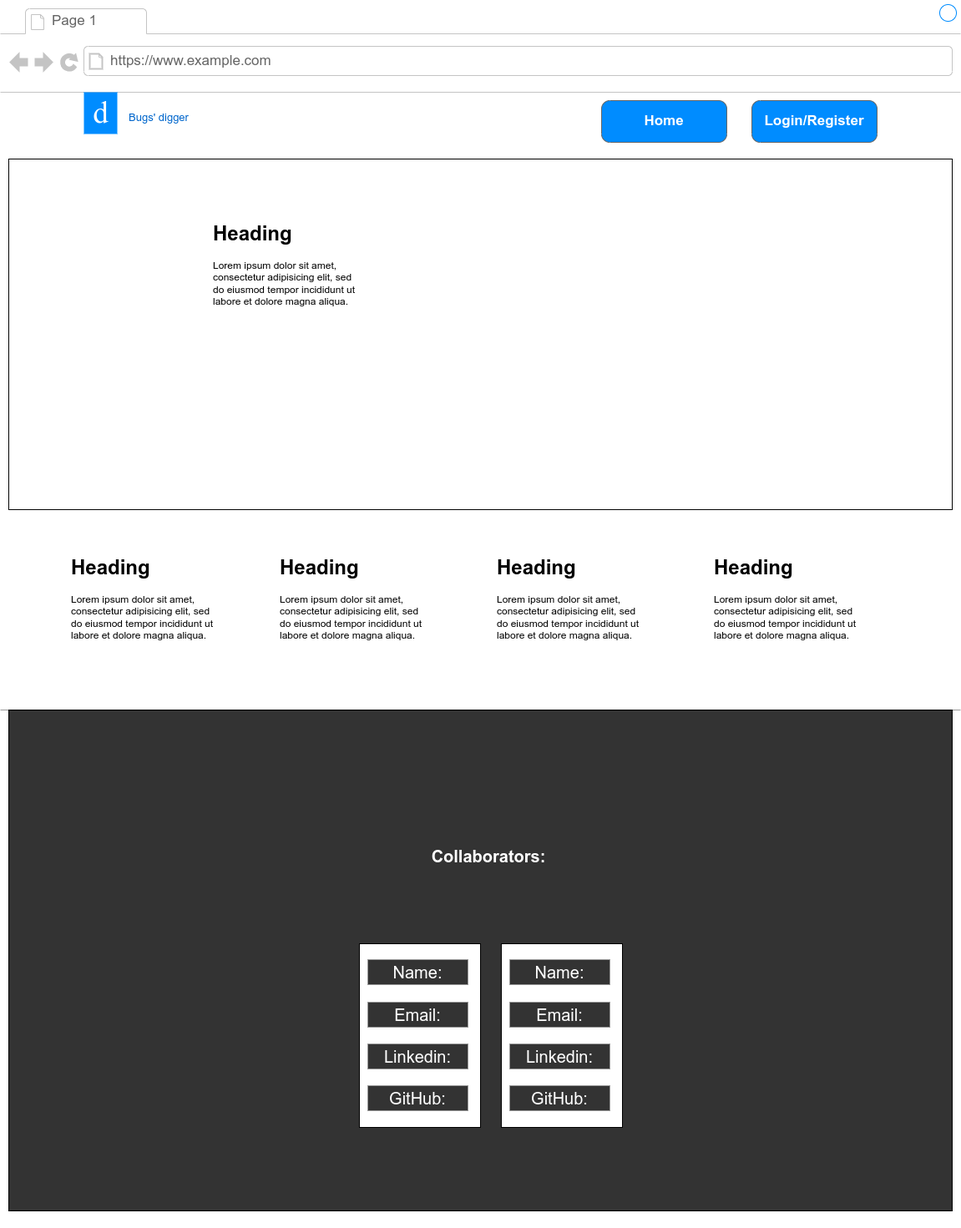
IuliiaKonovalova/issue_tracker keeps this draw.io diagram as documentation/wireframes/home_page.png. Above is the earlier version. Source tidied: cells renumbered, new cells last; positions are measured from the earlier drawing's top-left corner, leaving out a move shared by most shapes.
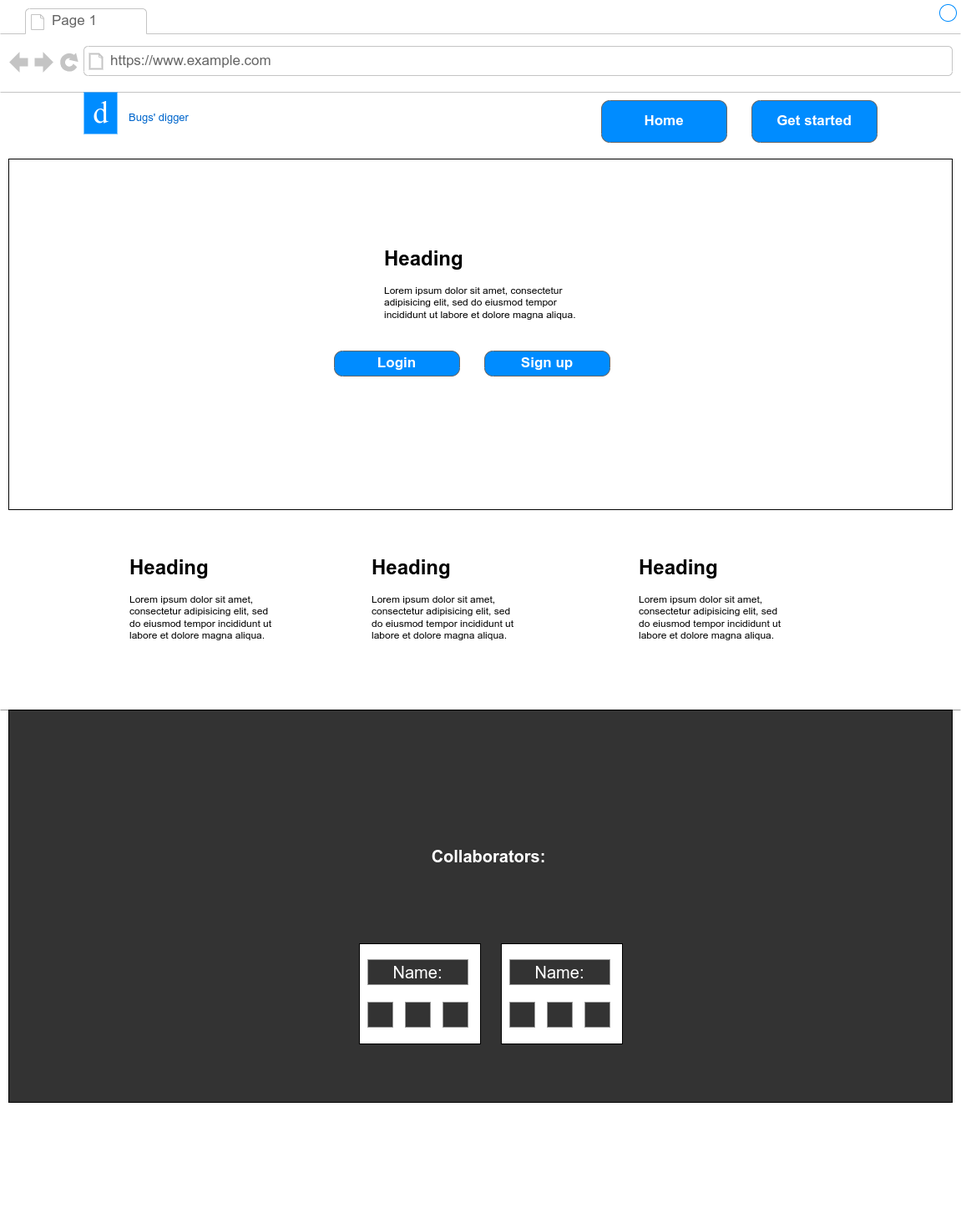
After the change.

Change to the diagram source:
```diff
@@ -20,7 +20,7 @@
     <mxCell id="7" value="d" style="text;html=1;align=center;verticalAlign=middle;fontSize=37;fontFamily=Tahoma;fillColor=#008CFF;fontColor=#FFFFFF;" parent="2" vertex="1">
       <mxGeometry x="100" y="110" width="40" height="50" as="geometry" />
     </mxCell>
-    <mxCell id="8" value="Login/Register" style="strokeWidth=1;shadow=0;dashed=0;align=center;html=1;shape=mxgraph.mockup.buttons.button;strokeColor=#666666;fontColor=#ffffff;mainText=;buttonStyle=round;fontSize=17;fontStyle=1;fillColor=#008cff;whiteSpace=wrap;" parent="2" vertex="1">
+    <mxCell id="8" value="Get started" style="strokeWidth=1;shadow=0;dashed=0;align=center;html=1;shape=mxgraph.mockup.buttons.button;strokeColor=#666666;fontColor=#ffffff;mainText=;buttonStyle=round;fontSize=17;fontStyle=1;fillColor=#008cff;whiteSpace=wrap;" parent="2" vertex="1">
       <mxGeometry x="900" y="120" width="150" height="50" as="geometry" />
     </mxCell>
     <mxCell id="9" value="Home" style="strokeWidth=1;shadow=0;dashed=0;align=center;html=1;shape=mxgraph.mockup.buttons.button;strokeColor=#666666;fontColor=#ffffff;mainText=;buttonStyle=round;fontSize=17;fontStyle=1;fillColor=#008cff;whiteSpace=wrap;" parent="2" vertex="1">
@@ -30,25 +30,28 @@
       <mxGeometry x="10" y="190" width="1130" height="420" as="geometry" />
     </mxCell>
     <mxCell id="11" value="&lt;h1&gt;Heading&lt;/h1&gt;&lt;p&gt;Lorem ipsum dolor sit amet, consectetur adipisicing elit, sed do eiusmod tempor incididunt ut labore et dolore magna aliqua.&lt;/p&gt;" style="text;html=1;strokeColor=none;fillColor=none;spacing=5;spacingTop=-20;whiteSpace=wrap;overflow=hidden;rounded=0;" parent="2" vertex="1">
-      <mxGeometry x="250" y="260" width="190" height="120" as="geometry" />
+      <mxGeometry x="455" y="290" width="240" height="120" as="geometry" />
     </mxCell>
     <mxCell id="12" value="&lt;h1&gt;Heading&lt;/h1&gt;&lt;p&gt;Lorem ipsum dolor sit amet, consectetur adipisicing elit, sed do eiusmod tempor incididunt ut labore et dolore magna aliqua.&lt;/p&gt;" style="text;html=1;strokeColor=none;fillColor=none;spacing=5;spacingTop=-20;whiteSpace=wrap;overflow=hidden;rounded=0;" parent="2" vertex="1">
-      <mxGeometry x="80" y="660" width="190" height="120" as="geometry" />
+      <mxGeometry x="150" y="660" width="190" height="120" as="geometry" />
     </mxCell>
     <mxCell id="13" value="&lt;h1&gt;Heading&lt;/h1&gt;&lt;p&gt;Lorem ipsum dolor sit amet, consectetur adipisicing elit, sed do eiusmod tempor incididunt ut labore et dolore magna aliqua.&lt;/p&gt;" style="text;html=1;strokeColor=none;fillColor=none;spacing=5;spacingTop=-20;whiteSpace=wrap;overflow=hidden;rounded=0;" parent="2" vertex="1">
-      <mxGeometry x="330" y="660" width="190" height="120" as="geometry" />
+      <mxGeometry x="440" y="660" width="190" height="120" as="geometry" />
     </mxCell>
     <mxCell id="14" value="&lt;h1&gt;Heading&lt;/h1&gt;&lt;p&gt;Lorem ipsum dolor sit amet, consectetur adipisicing elit, sed do eiusmod tempor incididunt ut labore et dolore magna aliqua.&lt;/p&gt;" style="text;html=1;strokeColor=none;fillColor=none;spacing=5;spacingTop=-20;whiteSpace=wrap;overflow=hidden;rounded=0;" parent="2" vertex="1">
-      <mxGeometry x="590" y="660" width="190" height="120" as="geometry" />
+      <mxGeometry x="760" y="660" width="190" height="120" as="geometry" />
     </mxCell>
-    <mxCell id="15" value="&lt;h1&gt;Heading&lt;/h1&gt;&lt;p&gt;Lorem ipsum dolor sit amet, consectetur adipisicing elit, sed do eiusmod tempor incididunt ut labore et dolore magna aliqua.&lt;/p&gt;" style="text;html=1;strokeColor=none;fillColor=none;spacing=5;spacingTop=-20;whiteSpace=wrap;overflow=hidden;rounded=0;" parent="2" vertex="1">
-      <mxGeometry x="850" y="660" width="190" height="120" as="geometry" />
-    </mxCell>
+    <mxCell id="28" value="Login" style="strokeWidth=1;shadow=0;dashed=0;align=center;html=1;shape=mxgraph.mockup.buttons.button;strokeColor=#666666;fontColor=#ffffff;mainText=;buttonStyle=round;fontSize=17;fontStyle=1;fillColor=#008cff;whiteSpace=wrap;" parent="2" vertex="1">
+      <mxGeometry x="400" y="420" width="150" height="30" as="geometry" />
+    </mxCell>
+    <mxCell id="29" value="Sign up" style="strokeWidth=1;shadow=0;dashed=0;align=center;html=1;shape=mxgraph.mockup.buttons.button;strokeColor=#666666;fontColor=#ffffff;mainText=;buttonStyle=round;fontSize=17;fontStyle=1;fillColor=#008cff;whiteSpace=wrap;" parent="2" vertex="1">
+      <mxGeometry x="580" y="420" width="150" height="30" as="geometry" />
+    </mxCell>
     <mxCell id="16" style="rounded=0;whiteSpace=wrap;html=1;fillColor=#333333;" parent="1" vertex="1">
-      <mxGeometry x="10" y="850" width="1130" height="600" as="geometry" />
+      <mxGeometry x="10" y="850" width="1130" height="470" as="geometry" />
     </mxCell>
     <mxCell id="17" style="shape=rect;fillColor=#ffffff;strokeColor=#000000;shadow=0;fontSize=13;fontColor=#0066CC;" parent="1" vertex="1">
-      <mxGeometry x="430" y="1130" width="145" height="220" as="geometry" />
+      <mxGeometry x="430" y="1130" width="145" height="120" as="geometry" />
     </mxCell>
     <mxCell id="18" value="&lt;font color=&quot;#ffffff&quot; style=&quot;font-size: 20px&quot;&gt;&lt;b&gt;Collaborators:&lt;/b&gt;&lt;/font&gt;" style="text;html=1;strokeColor=none;fillColor=none;align=center;verticalAlign=middle;whiteSpace=wrap;rounded=0;" parent="1" vertex="1">
       <mxGeometry x="500" y="1010" width="170" height="30" as="geometry" />
@@ -56,29 +59,29 @@
     <mxCell id="19" value="Name:" style="text;html=1;strokeColor=none;fillColor=#333333;align=center;verticalAlign=middle;whiteSpace=wrap;rounded=0;fontSize=20;fontColor=#FFFFFF;" parent="1" vertex="1">
       <mxGeometry x="440" y="1149" width="120" height="30" as="geometry" />
     </mxCell>
-    <mxCell id="20" value="Email:" style="text;html=1;strokeColor=none;fillColor=#333333;align=center;verticalAlign=middle;whiteSpace=wrap;rounded=0;fontSize=20;fontColor=#FFFFFF;" parent="1" vertex="1">
-      <mxGeometry x="440" y="1200" width="120" height="30" as="geometry" />
+    <mxCell id="20" style="text;html=1;strokeColor=none;fillColor=#333333;align=center;verticalAlign=middle;whiteSpace=wrap;rounded=0;fontSize=20;fontColor=#FFFFFF;" parent="1" vertex="1">
+      <mxGeometry x="440" y="1200" width="30" height="30" as="geometry" />
     </mxCell>
-    <mxCell id="21" value="Linkedin:" style="text;html=1;strokeColor=none;fillColor=#333333;align=center;verticalAlign=middle;whiteSpace=wrap;rounded=0;fontSize=20;fontColor=#FFFFFF;" parent="1" vertex="1">
-      <mxGeometry x="440" y="1250" width="120" height="30" as="geometry" />
-    </mxCell>
-    <mxCell id="22" value="GitHub:" style="text;html=1;strokeColor=none;fillColor=#333333;align=center;verticalAlign=middle;whiteSpace=wrap;rounded=0;fontSize=20;fontColor=#FFFFFF;" parent="1" vertex="1">
-      <mxGeometry x="440" y="1300" width="120" height="30" as="geometry" />
-    </mxCell>
     <mxCell id="23" style="shape=rect;fillColor=#ffffff;strokeColor=#000000;shadow=0;fontSize=13;fontColor=#0066CC;" parent="1" vertex="1">
-      <mxGeometry x="600" y="1130" width="145" height="220" as="geometry" />
+      <mxGeometry x="600" y="1130" width="145" height="120" as="geometry" />
     </mxCell>
     <mxCell id="24" value="Name:" style="text;html=1;strokeColor=none;fillColor=#333333;align=center;verticalAlign=middle;whiteSpace=wrap;rounded=0;fontSize=20;fontColor=#FFFFFF;" parent="1" vertex="1">
       <mxGeometry x="610" y="1149" width="120" height="30" as="geometry" />
     </mxCell>
-    <mxCell id="25" value="Email:" style="text;html=1;strokeColor=none;fillColor=#333333;align=center;verticalAlign=middle;whiteSpace=wrap;rounded=0;fontSize=20;fontColor=#FFFFFF;" parent="1" vertex="1">
-      <mxGeometry x="610" y="1200" width="120" height="30" as="geometry" />
-    </mxCell>
-    <mxCell id="26" value="Linkedin:" style="text;html=1;strokeColor=none;fillColor=#333333;align=center;verticalAlign=middle;whiteSpace=wrap;rounded=0;fontSize=20;fontColor=#FFFFFF;" parent="1" vertex="1">
-      <mxGeometry x="610" y="1250" width="120" height="30" as="geometry" />
-    </mxCell>
-    <mxCell id="27" value="GitHub:" style="text;html=1;strokeColor=none;fillColor=#333333;align=center;verticalAlign=middle;whiteSpace=wrap;rounded=0;fontSize=20;fontColor=#FFFFFF;" parent="1" vertex="1">
-      <mxGeometry x="610" y="1300" width="120" height="30" as="geometry" />
-    </mxCell>
+    <mxCell id="30" style="text;html=1;strokeColor=none;fillColor=#333333;align=center;verticalAlign=middle;whiteSpace=wrap;rounded=0;fontSize=20;fontColor=#FFFFFF;" parent="1" vertex="1">
+      <mxGeometry x="530" y="1200" width="30" height="30" as="geometry" />
+    </mxCell>
+    <mxCell id="31" style="text;html=1;strokeColor=none;fillColor=#333333;align=center;verticalAlign=middle;whiteSpace=wrap;rounded=0;fontSize=20;fontColor=#FFFFFF;" parent="1" vertex="1">
+      <mxGeometry x="485" y="1200" width="30" height="30" as="geometry" />
+    </mxCell>
+    <mxCell id="32" style="text;html=1;strokeColor=none;fillColor=#333333;align=center;verticalAlign=middle;whiteSpace=wrap;rounded=0;fontSize=20;fontColor=#FFFFFF;" parent="1" vertex="1">
+      <mxGeometry x="610" y="1200" width="30" height="30" as="geometry" />
+    </mxCell>
+    <mxCell id="33" style="text;html=1;strokeColor=none;fillColor=#333333;align=center;verticalAlign=middle;whiteSpace=wrap;rounded=0;fontSize=20;fontColor=#FFFFFF;" parent="1" vertex="1">
+      <mxGeometry x="655" y="1200" width="30" height="30" as="geometry" />
+    </mxCell>
+    <mxCell id="34" style="text;html=1;strokeColor=none;fillColor=#333333;align=center;verticalAlign=middle;whiteSpace=wrap;rounded=0;fontSize=20;fontColor=#FFFFFF;" parent="1" vertex="1">
+      <mxGeometry x="700" y="1200" width="30" height="30" as="geometry" />
+    </mxCell>
   </root>
 </mxGraphModel>
```
